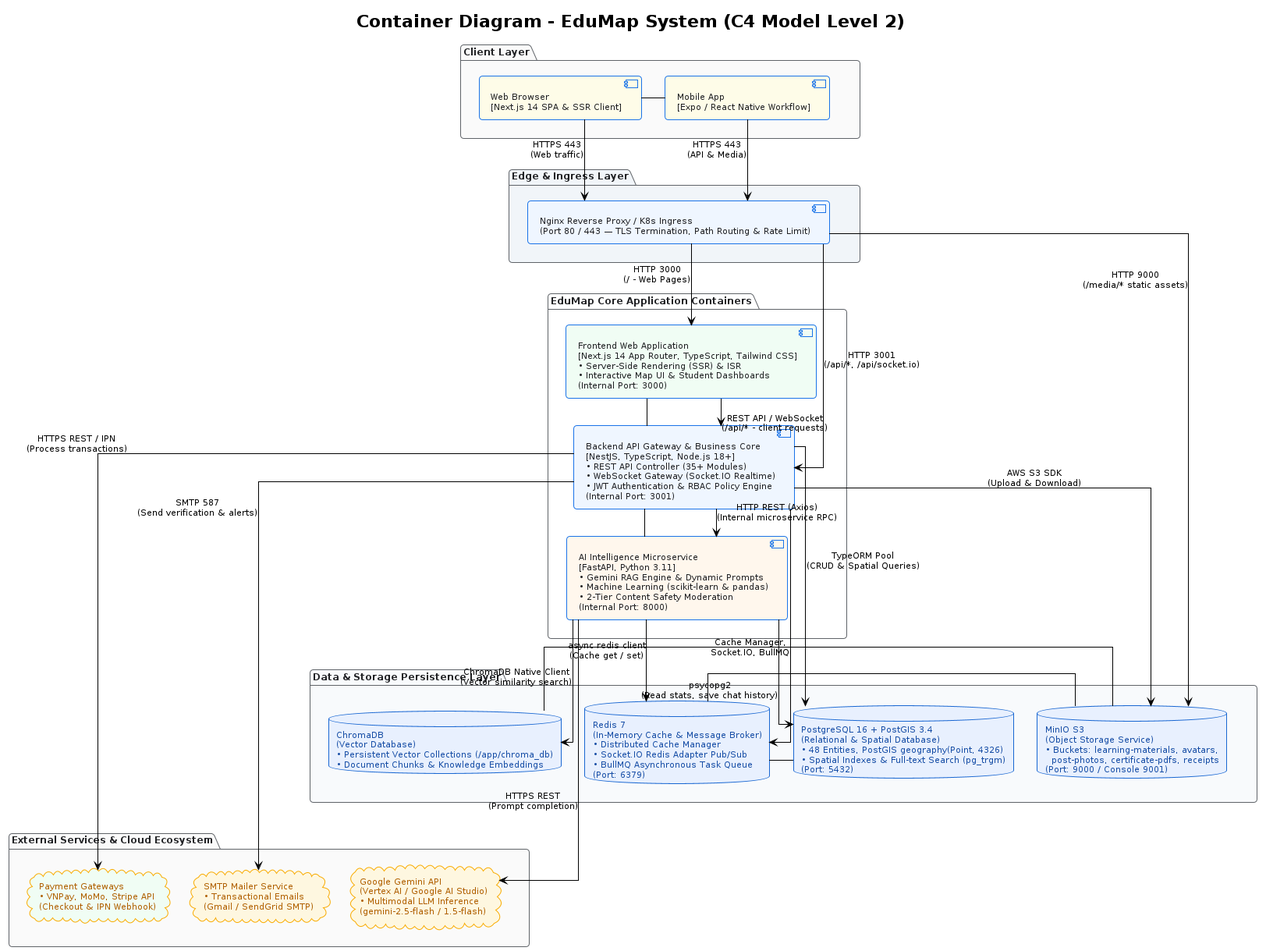
The PlantUML diagram docs/all-documents/UML_container-diagram.png in NgocTanCSE/EduMap, before a commit. Source of this version:
```plantuml
@startuml
!theme plain
skinparam defaultFontName "DejaVu Sans"
skinparam defaultFontSize 11
skinparam roundCorner 8
skinparam shadowing false
skinparam linetype ortho
skinparam nodesep 30
skinparam ranksep 35

skinparam package {
  BackgroundColor #F8F9FA
  BorderColor #5F6368
  FontColor #202124
  FontStyle bold
  FontSize 12
}

skinparam component {
  BackgroundColor #FFFFFF
  BorderColor #1A73E8
  FontColor #202124
  FontSize 11
}

skinparam database {
  BackgroundColor #E8F0FE
  BorderColor #1967D2
  FontColor #174EA6
  FontSize 11
}

skinparam cloud {
  BackgroundColor #FEF7E0
  BorderColor #F9AB00
  FontColor #B06000
  FontSize 11
}

skinparam node {
  BackgroundColor #FFFFFF
  BorderColor #5F6368
  FontColor #202124
  FontSize 11
}

title Container Diagram - EduMap System (C4 Model Level 2)

package "Client Layer" as CLIENT_LAYER #FAFAFA {
  component "Web Browser\n[Next.js 14 SPA & SSR Client]" as WEB #FEFCE8
  component "Mobile App\n[Expo / React Native Workflow]" as MOBILE #FEFCE8
  WEB -right- MOBILE
}

package "Edge & Ingress Layer" as EDGE_LAYER #F1F5F9 {
  component "Nginx Reverse Proxy / K8s Ingress\n(Port 80 / 443 — TLS Termination, Path Routing & Rate Limit)" as NGINX #EFF6FF
}

package "EduMap Core Application Containers" as APP_LAYER #FFFFFF {

  component "Frontend Web Application\n[Next.js 14 App Router, TypeScript, Tailwind CSS]\n• Server-Side Rendering (SSR) & ISR\n• Interactive Map UI & Student Dashboards\n(Internal Port: 3000)" as FRONTEND #F0FDF4

  component "Backend API Gateway & Business Core\n[NestJS, TypeScript, Node.js 18+]\n• REST API Controller (35+ Modules)\n• WebSocket Gateway (Socket.IO Realtime)\n• JWT Authentication & RBAC Policy Engine\n(Internal Port: 3001)" as BACKEND #EFF6FF

  component "AI Intelligence Microservice\n[FastAPI, Python 3.11]\n• Gemini RAG Engine & Dynamic Prompts\n• Machine Learning (scikit-learn & pandas)\n• 2-Tier Content Safety Moderation\n(Internal Port: 8000)" as AI #FFF7ED

  FRONTEND -right- BACKEND
  BACKEND -right- AI
}

package "Data & Storage Persistence Layer" as DATA_LAYER #F8FAFC {
  database "PostgreSQL 16 + PostGIS 3.4\n(Relational & Spatial Database)\n• 48 Entities, PostGIS geography(Point, 4326)\n• Spatial Indexes & Full-text Search (pg_trgm)\n(Port: 5432)" as POSTGRES

  database "Redis 7\n(In-Memory Cache & Message Broker)\n• Distributed Cache Manager\n• Socket.IO Redis Adapter Pub/Sub\n• BullMQ Asynchronous Task Queue\n(Port: 6379)" as REDIS

  database "MinIO S3\n(Object Storage Service)\n• Buckets: learning-materials, avatars,\n  post-photos, certificate-pdfs, receipts\n(Port: 9000 / Console 9001)" as MINIO

  database "ChromaDB\n(Vector Database)\n• Persistent Vector Collections (/app/chroma_db)\n• Document Chunks & Knowledge Embeddings" as CHROMA

  POSTGRES -right- REDIS
  REDIS -right- MINIO
  MINIO -right- CHROMA
}

package "External Services & Cloud Ecosystem" as EXT_LAYER #FAFAFA {
  cloud "Google Gemini API\n(Vertex AI / Google AI Studio)\n• Multimodal LLM Inference\n(gemini-2.5-flash / 1.5-flash)" as GEMINI

  cloud "Payment Gateways\n• VNPay, MoMo, Stripe API\n(Checkout & IPN Webhook)" as PAYMENTS #F0FDF4

  cloud "SMTP Mailer Service\n• Transactional Emails\n(Gmail / SendGrid SMTP)" as SMTP
}

CLIENT_LAYER -[hidden]down-> EDGE_LAYER
EDGE_LAYER -[hidden]down-> APP_LAYER
APP_LAYER -[hidden]down-> DATA_LAYER
DATA_LAYER -[hidden]down-> EXT_LAYER

WEB -down-> NGINX : HTTPS 443\n(Web traffic)
MOBILE -down-> NGINX : HTTPS 443\n(API & Media)

NGINX -down-> FRONTEND : HTTP 3000\n(/ - Web Pages)
NGINX -down-> BACKEND : HTTP 3001\n(/api/*, /api/socket.io)
NGINX -down-> MINIO : HTTP 9000\n(/media/* static assets)

FRONTEND -down-> BACKEND : REST API / WebSocket\n(/api/* - client requests)
BACKEND -down-> AI : HTTP REST (Axios)\n(Internal microservice RPC)

BACKEND -down-> POSTGRES : TypeORM Pool\n(CRUD & Spatial Queries)
BACKEND -down-> REDIS : Cache Manager,\nSocket.IO, BullMQ
BACKEND -down-> MINIO : AWS S3 SDK\n(Upload & Download)

AI -down-> POSTGRES : psycopg2\n(Read stats, save chat history)
AI -down-> REDIS : async redis client\n(Cache get / set)
AI -down-> CHROMA : ChromaDB Native Client\n(Vector similarity search)

AI -down-> GEMINI : HTTPS REST\n(Prompt completion)
BACKEND -down-> PAYMENTS : HTTPS REST / IPN\n(Process transactions)
BACKEND -down-> SMTP : SMTP 587\n(Send verification & alerts)

@enduml
```
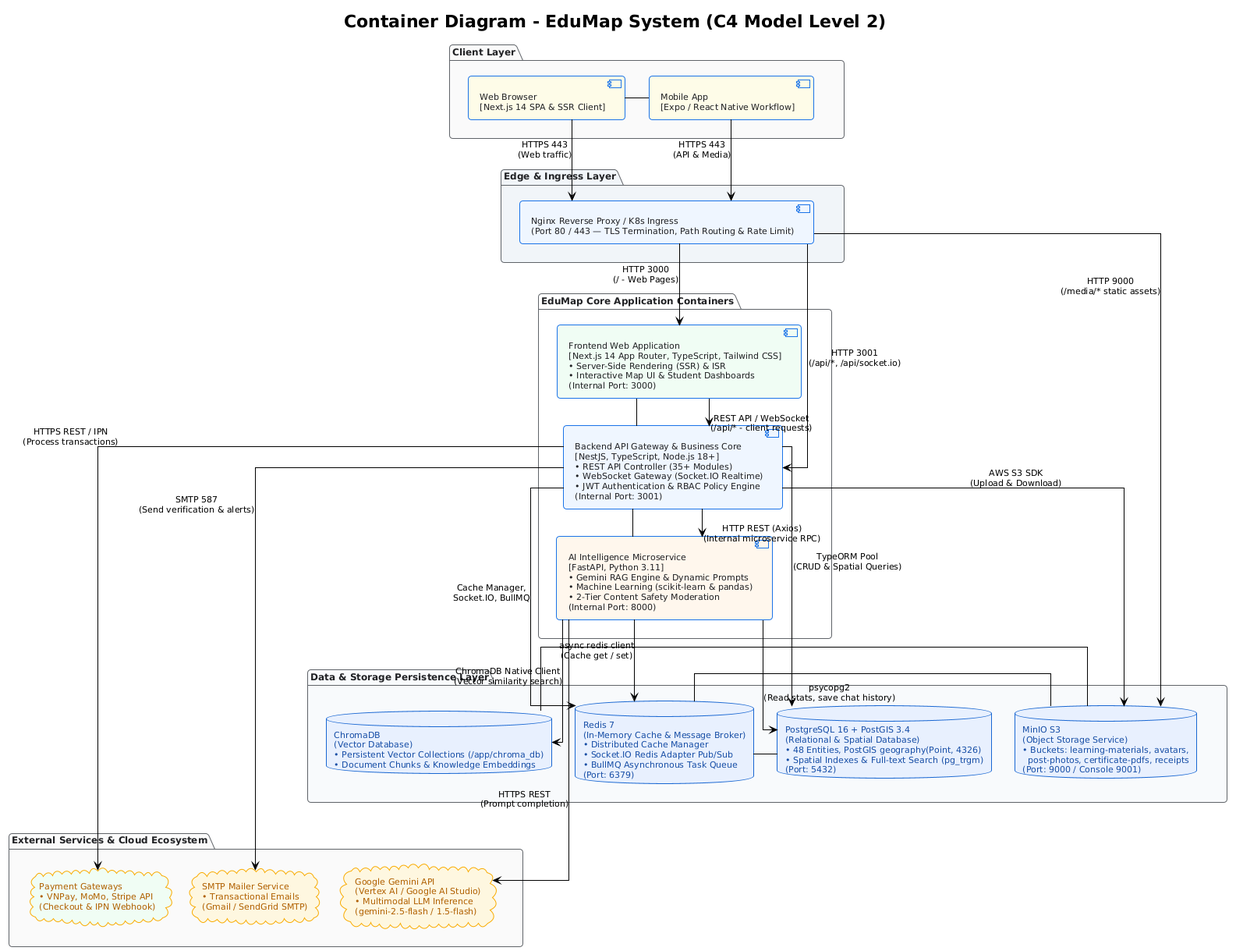
Later version of the same file.

Diff of the diagram source:
```diff
@@ -1,4 +1,4 @@
-@startuml
+@startuml container-diagram
 !theme plain
 skinparam defaultFontName "DejaVu Sans"
 skinparam defaultFontSize 11
```
